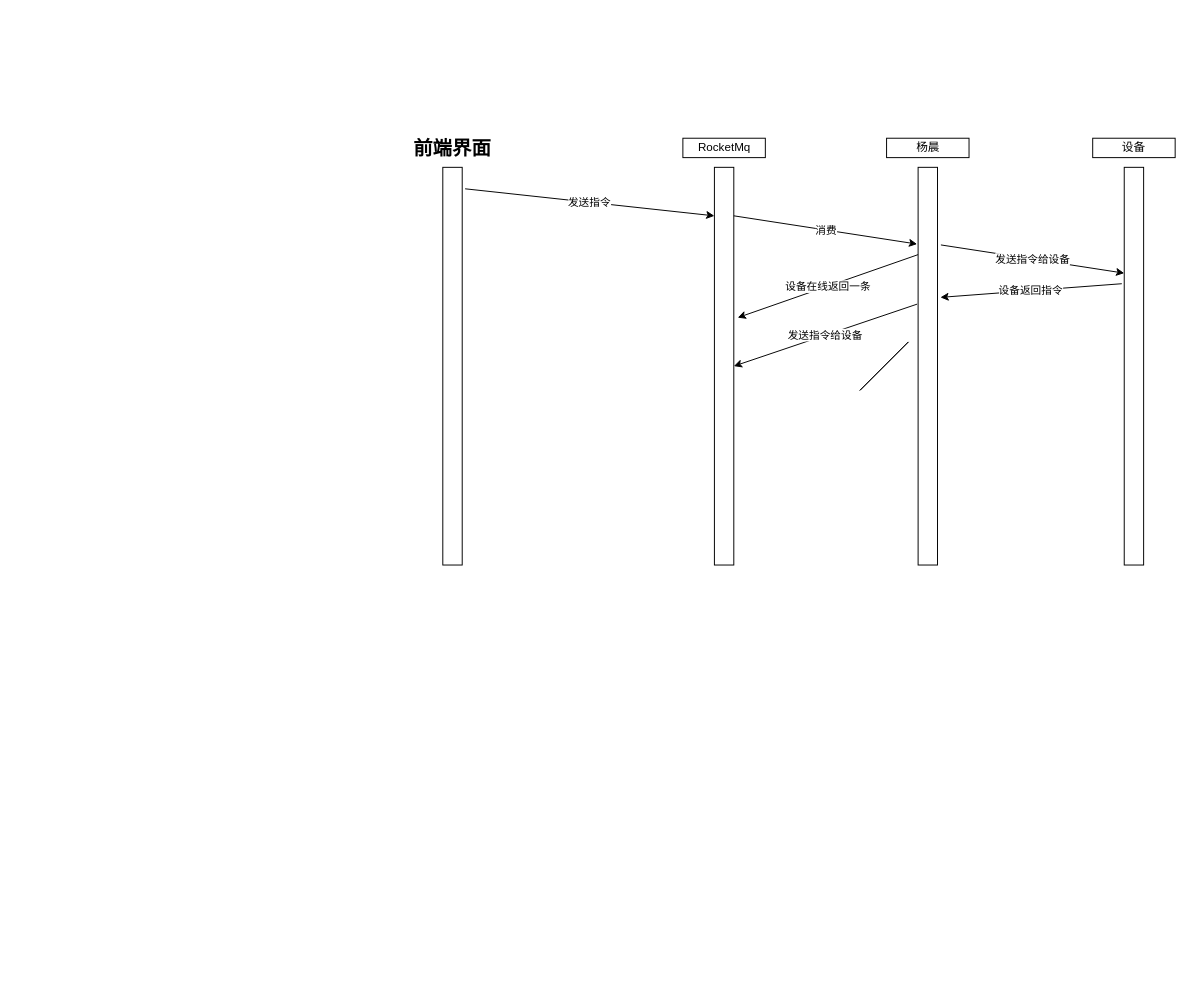
Before: 未命名绘图.drawio in zm52hz/test1, a draw.io diagram. Source tidied: cells renumbered, new cells numbered last; positions are measured from the earlier drawing's top-left corner, leaving out a move shared by most shapes. Both pictures are drawn from the tidied source at 97%, with x=0, y=0 at pixel (404, 133).
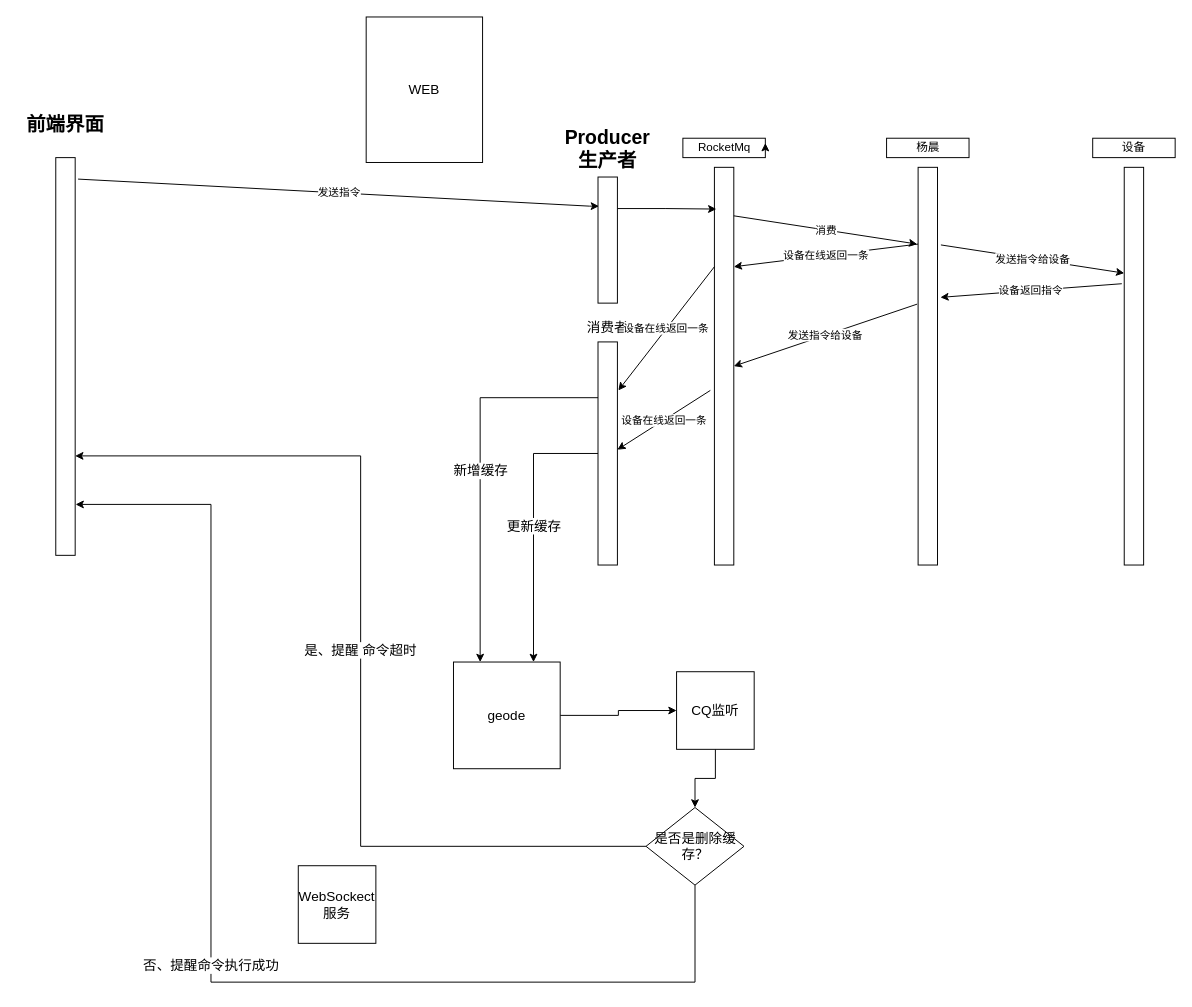
The same diagram, later.

Commit message (it also covers changes not shown here):
更新未命名绘图.drawio

Unchanged cells that the change refers to:
```xml
<mxCell id="4" style="rounded=0;whiteSpace=wrap;html=1;" parent="1" vertex="1">
  <mxGeometry x="320" y="35" width="20" height="410" as="geometry" />
</mxCell>
<mxCell id="5" value="RocketMq" style="rounded=0;whiteSpace=wrap;html=1;" parent="1" vertex="1">
  <mxGeometry x="287.5" y="5" width="85" height="20" as="geometry" />
</mxCell>
<mxCell id="6" style="rounded=0;whiteSpace=wrap;html=1;" parent="1" vertex="1">
  <mxGeometry x="530" y="35" width="20" height="410" as="geometry" />
</mxCell>
```

The edit, as a diff of the source:
```diff
@@
     <mxCell id="2" style="rounded=0;whiteSpace=wrap;html=1;" parent="1" vertex="1">
-      <mxGeometry x="40" y="35" width="20" height="410" as="geometry" />
+      <mxGeometry x="-359" y="25" width="20" height="410" as="geometry" />
     </mxCell>
-    <mxCell id="3" value="发送指令" style="endArrow=classic;html=1;rounded=0;exitX=1.15;exitY=0.054;exitDx=0;exitDy=0;exitPerimeter=0;entryX=0;entryY=0.122;entryDx=0;entryDy=0;entryPerimeter=0;" parent="1" edge="1" source="2" target="4">
-      <mxGeometry relative="1" as="geometry" />
+    <mxCell id="3" value="发送指令" style="endArrow=classic;html=1;rounded=0;exitX=1.15;exitY=0.054;exitDx=0;exitDy=0;exitPerimeter=0;entryX=0.05;entryY=0.231;entryDx=0;entryDy=0;entryPerimeter=0;" parent="1" edge="1" source="2" target="19">
+      <mxGeometry relative="1" as="geometry">
+        <Array as="points">
+          <mxPoint x="191" y="75" />
+        </Array>
+      </mxGeometry>
     </mxCell>
@@
-    <mxCell id="11" value="设备在线返回一条" style="endArrow=classic;html=1;rounded=0;entryX=1.2;entryY=0.378;entryDx=0;entryDy=0;entryPerimeter=0;" parent="1" edge="1" target="4">
-      <mxGeometry relative="1" as="geometry">
-        <mxPoint x="530" y="125" as="sourcePoint" />
-      </mxGeometry>
+    <mxCell id="11" value="设备在线返回一条" style="endArrow=classic;html=1;rounded=0;entryX=1;entryY=0.25;entryDx=0;entryDy=0;exitX=0;exitY=0.193;exitDx=0;exitDy=0;exitPerimeter=0;" parent="1" edge="1" source="6" target="4">
+      <mxGeometry relative="1" as="geometry" />
     </mxCell>
@@
     <mxCell id="15" value="前端界面" style="text;html=1;strokeColor=none;fillColor=none;align=center;verticalAlign=middle;whiteSpace=wrap;rounded=0;fontSize=20;fontStyle=1;" parent="1" vertex="1">
-      <mxGeometry width="100" height="30" as="geometry" />
+      <mxGeometry x="-399" y="-25" width="100" height="30" as="geometry" />
     </mxCell>
-    <mxCell id="16" style="endArrow=none;html=1;rounded=0;fontSize=20;" parent="1" edge="1">
-      <mxGeometry relative="1" as="geometry">
-        <mxPoint x="470" y="265" as="sourcePoint" />
-        <mxPoint x="520" y="215" as="targetPoint" />
-      </mxGeometry>
-    </mxCell>
-    <mxCell id="17" style="endArrow=none;html=1;rounded=0;fontSize=20;" parent="1" edge="1">
-      <mxGeometry relative="1" as="geometry">
-        <mxPoint x="470" y="265" as="sourcePoint" />
-        <mxPoint x="520" y="215" as="targetPoint" />
-      </mxGeometry>
-    </mxCell>
+    <mxCell id="18" style="edgeStyle=orthogonalEdgeStyle;rounded=0;jettySize=auto;html=1;exitX=1;exitY=0.25;exitDx=0;exitDy=0;entryX=0.1;entryY=0.105;entryDx=0;entryDy=0;entryPerimeter=0;fontSize=14;" parent="1" edge="1" source="19" target="4">
+      <mxGeometry relative="1" as="geometry" />
+    </mxCell>
+    <mxCell id="19" style="rounded=0;whiteSpace=wrap;html=1;fontSize=14;" parent="1" vertex="1">
+      <mxGeometry x="200" y="45" width="20" height="130" as="geometry" />
+    </mxCell>
+    <mxCell id="20" value="Producer生产者" style="text;html=1;strokeColor=none;fillColor=none;align=center;verticalAlign=middle;whiteSpace=wrap;rounded=0;fontSize=20;fontStyle=1;" parent="1" vertex="1">
+      <mxGeometry x="160" width="100" height="30" as="geometry" />
+    </mxCell>
+    <mxCell id="21" value="新增缓存" style="edgeStyle=orthogonalEdgeStyle;rounded=0;jettySize=auto;html=1;exitX=0;exitY=0.25;exitDx=0;exitDy=0;entryX=0.25;entryY=0;entryDx=0;entryDy=0;fontSize=14;" parent="1" edge="1" source="22" target="27">
+      <mxGeometry relative="1" as="geometry" />
+    </mxCell>
+    <mxCell id="22" style="rounded=0;whiteSpace=wrap;html=1;fontSize=14;" parent="1" vertex="1">
+      <mxGeometry x="200" y="215" width="20" height="230" as="geometry" />
+    </mxCell>
+    <mxCell id="23" value="消费者" style="text;html=1;strokeColor=none;fillColor=none;align=center;verticalAlign=middle;whiteSpace=wrap;rounded=0;fontSize=14;" parent="1" vertex="1">
+      <mxGeometry x="180" y="185" width="60" height="30" as="geometry" />
+    </mxCell>
+    <mxCell id="24" value="设备在线返回一条" style="endArrow=classic;html=1;rounded=0;exitX=0;exitY=0.25;exitDx=0;exitDy=0;" parent="1" edge="1" source="4">
+      <mxGeometry relative="1" as="geometry">
+        <mxPoint x="221" y="265" as="targetPoint" />
+      </mxGeometry>
+    </mxCell>
+    <mxCell id="25" value="设备在线返回一条" style="endArrow=classic;html=1;rounded=0;exitX=-0.158;exitY=0.412;exitDx=0;exitDy=0;exitPerimeter=0;" parent="1" edge="1">
+      <mxGeometry relative="1" as="geometry">
+        <mxPoint x="315.8" y="265" as="sourcePoint" />
+        <mxPoint x="220" y="326.1" as="targetPoint" />
+      </mxGeometry>
+    </mxCell>
+    <mxCell id="26" style="edgeStyle=orthogonalEdgeStyle;rounded=0;jettySize=auto;html=1;exitX=1;exitY=0.5;exitDx=0;exitDy=0;entryX=0;entryY=0.5;entryDx=0;entryDy=0;fontSize=14;" parent="1" edge="1" source="27" target="33">
+      <mxGeometry relative="1" as="geometry" />
+    </mxCell>
+    <mxCell id="27" value="geode" style="whiteSpace=wrap;html=1;fontSize=14;" parent="1" vertex="1">
+      <mxGeometry x="51" y="545" width="110" height="110" as="geometry" />
+    </mxCell>
+    <mxCell id="28" value="更新缓存" style="edgeStyle=orthogonalEdgeStyle;rounded=0;jettySize=auto;html=1;entryX=0.75;entryY=0;entryDx=0;entryDy=0;fontSize=14;exitX=0;exitY=0.5;exitDx=0;exitDy=0;" parent="1" edge="1" source="22" target="27">
+      <mxGeometry relative="1" as="geometry" />
+    </mxCell>
+    <mxCell id="29" value="是、提醒 命令超时" style="edgeStyle=orthogonalEdgeStyle;rounded=0;jettySize=auto;html=1;exitX=0;exitY=0.5;exitDx=0;exitDy=0;entryX=1;entryY=0.75;entryDx=0;entryDy=0;fontSize=14;" parent="1" edge="1" source="31" target="2">
+      <mxGeometry relative="1" as="geometry" />
+    </mxCell>
+    <mxCell id="30" value="否、提醒命令执行成功" style="edgeStyle=orthogonalEdgeStyle;rounded=0;jettySize=auto;html=1;entryX=1.021;entryY=0.872;entryDx=0;entryDy=0;entryPerimeter=0;fontSize=14;" parent="1" edge="1" source="31" target="2">
+      <mxGeometry relative="1" as="geometry">
+        <Array as="points">
+          <mxPoint x="300" y="875" />
+          <mxPoint x="-199" y="875" />
+          <mxPoint x="-199" y="383" />
+        </Array>
+      </mxGeometry>
+    </mxCell>
+    <mxCell id="31" value="是否是删除缓存？" style="rhombus;whiteSpace=wrap;html=1;fontSize=14;" parent="1" vertex="1">
+      <mxGeometry x="249.5" y="695" width="101" height="80" as="geometry" />
+    </mxCell>
+    <mxCell id="32" style="edgeStyle=orthogonalEdgeStyle;rounded=0;jettySize=auto;html=1;exitX=0.5;exitY=1;exitDx=0;exitDy=0;entryX=0.5;entryY=0;entryDx=0;entryDy=0;fontSize=14;" parent="1" edge="1" source="33" target="31">
+      <mxGeometry relative="1" as="geometry" />
+    </mxCell>
+    <mxCell id="33" value="CQ监听" style="whiteSpace=wrap;html=1;fontSize=14;" parent="1" vertex="1">
+      <mxGeometry x="281" y="555" width="80" height="80" as="geometry" />
+    </mxCell>
+    <mxCell id="34" value="WebSockect服务" style="whiteSpace=wrap;html=1;fontSize=14;" parent="1" vertex="1">
+      <mxGeometry x="-109" y="755" width="80" height="80" as="geometry" />
+    </mxCell>
+    <mxCell id="35" style="edgeStyle=orthogonalEdgeStyle;rounded=0;orthogonalLoop=1;jettySize=auto;html=1;exitX=1;exitY=0.5;exitDx=0;exitDy=0;entryX=1;entryY=0.25;entryDx=0;entryDy=0;fontSize=14;" parent="1" edge="1" source="5" target="5">
+      <mxGeometry relative="1" as="geometry" />
+    </mxCell>
+    <mxCell id="36" value="WEB" style="rounded=0;whiteSpace=wrap;html=1;fontSize=14;" parent="1" vertex="1">
+      <mxGeometry x="-39" y="-120" width="120" height="150" as="geometry" />
+    </mxCell>
```
